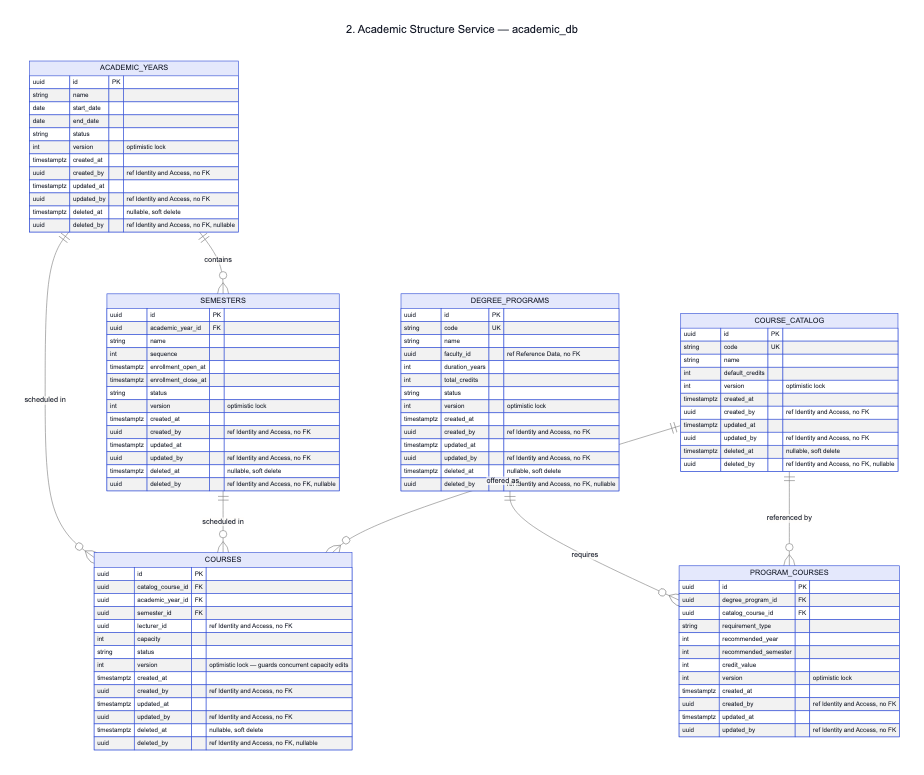
Before: docs/architecture/tables-02-academic-structure.png, a diagram exported from Mermaid (ESD-ONE/University-Course-Management-System). Its source is kept beside it as docs/architecture/tables-02-academic-structure.mmd. Its diagram source:
```mermaid
---
title: 2. Academic Structure Service — academic_db
---
erDiagram
    ACADEMIC_YEARS {
        uuid id PK
        string name
        date start_date
        date end_date
        string status
        int version "optimistic lock"
        timestamptz created_at
        uuid created_by "ref Identity and Access, no FK"
        timestamptz updated_at
        uuid updated_by "ref Identity and Access, no FK"
        timestamptz deleted_at "nullable, soft delete"
        uuid deleted_by "ref Identity and Access, no FK, nullable"
    }
    SEMESTERS {
        uuid id PK
        uuid academic_year_id FK
        string name
        int sequence
        timestamptz enrollment_open_at
        timestamptz enrollment_close_at
        string status
        int version "optimistic lock"
        timestamptz created_at
        uuid created_by "ref Identity and Access, no FK"
        timestamptz updated_at
        uuid updated_by "ref Identity and Access, no FK"
        timestamptz deleted_at "nullable, soft delete"
        uuid deleted_by "ref Identity and Access, no FK, nullable"
    }
    DEGREE_PROGRAMS {
        uuid id PK
        string code UK
        string name
        uuid faculty_id "ref Reference Data, no FK"
        int duration_years
        int total_credits
        string status
        int version "optimistic lock"
        timestamptz created_at
        uuid created_by "ref Identity and Access, no FK"
        timestamptz updated_at
        uuid updated_by "ref Identity and Access, no FK"
        timestamptz deleted_at "nullable, soft delete"
        uuid deleted_by "ref Identity and Access, no FK, nullable"
    }
    COURSE_CATALOG {
        uuid id PK
        string code UK
        string name
        int default_credits
        int version "optimistic lock"
        timestamptz created_at
        uuid created_by "ref Identity and Access, no FK"
        timestamptz updated_at
        uuid updated_by "ref Identity and Access, no FK"
        timestamptz deleted_at "nullable, soft delete"
        uuid deleted_by "ref Identity and Access, no FK, nullable"
    }
    PROGRAM_COURSES {
        uuid id PK
        uuid degree_program_id FK
        uuid catalog_course_id FK
        string requirement_type
        int recommended_year
        int recommended_semester
        int credit_value
        int version "optimistic lock"
        timestamptz created_at
        uuid created_by "ref Identity and Access, no FK"
        timestamptz updated_at
        uuid updated_by "ref Identity and Access, no FK"
    }
    COURSES {
        uuid id PK
        uuid catalog_course_id FK
        uuid academic_year_id FK
        uuid semester_id FK
        uuid lecturer_id "ref Identity and Access, no FK"
        int capacity
        string status
        int version "optimistic lock — guards concurrent capacity edits"
        timestamptz created_at
        uuid created_by "ref Identity and Access, no FK"
        timestamptz updated_at
        uuid updated_by "ref Identity and Access, no FK"
        timestamptz deleted_at "nullable, soft delete"
        uuid deleted_by "ref Identity and Access, no FK, nullable"
    }

    ACADEMIC_YEARS ||--o{ SEMESTERS : "contains"
    ACADEMIC_YEARS ||--o{ COURSES : "scheduled in"
    SEMESTERS ||--o{ COURSES : "scheduled in"
    DEGREE_PROGRAMS ||--o{ PROGRAM_COURSES : "requires"
    COURSE_CATALOG ||--o{ PROGRAM_COURSES : "referenced by"
    COURSE_CATALOG ||--o{ COURSES : "offered as"
```
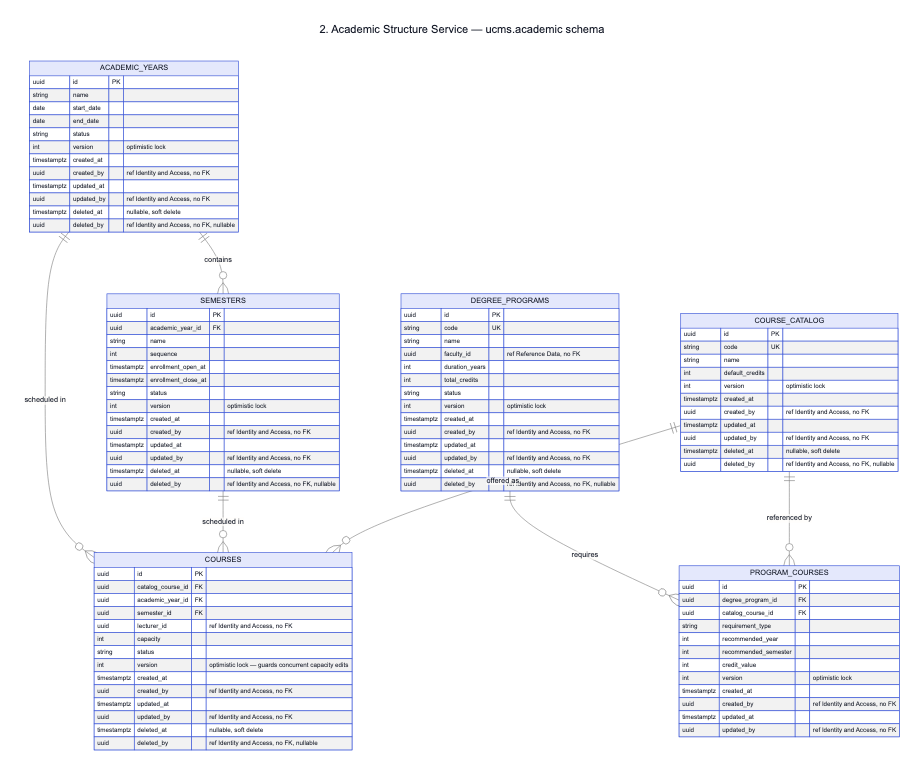
The same file after the commit.

Diff of the diagram source:
```diff
@@ -1,5 +1,5 @@
 ---
-title: 2. Academic Structure Service — academic_db
+title: 2. Academic Structure Service — ucms.academic schema
 ---
 erDiagram
     ACADEMIC_YEARS {
```
